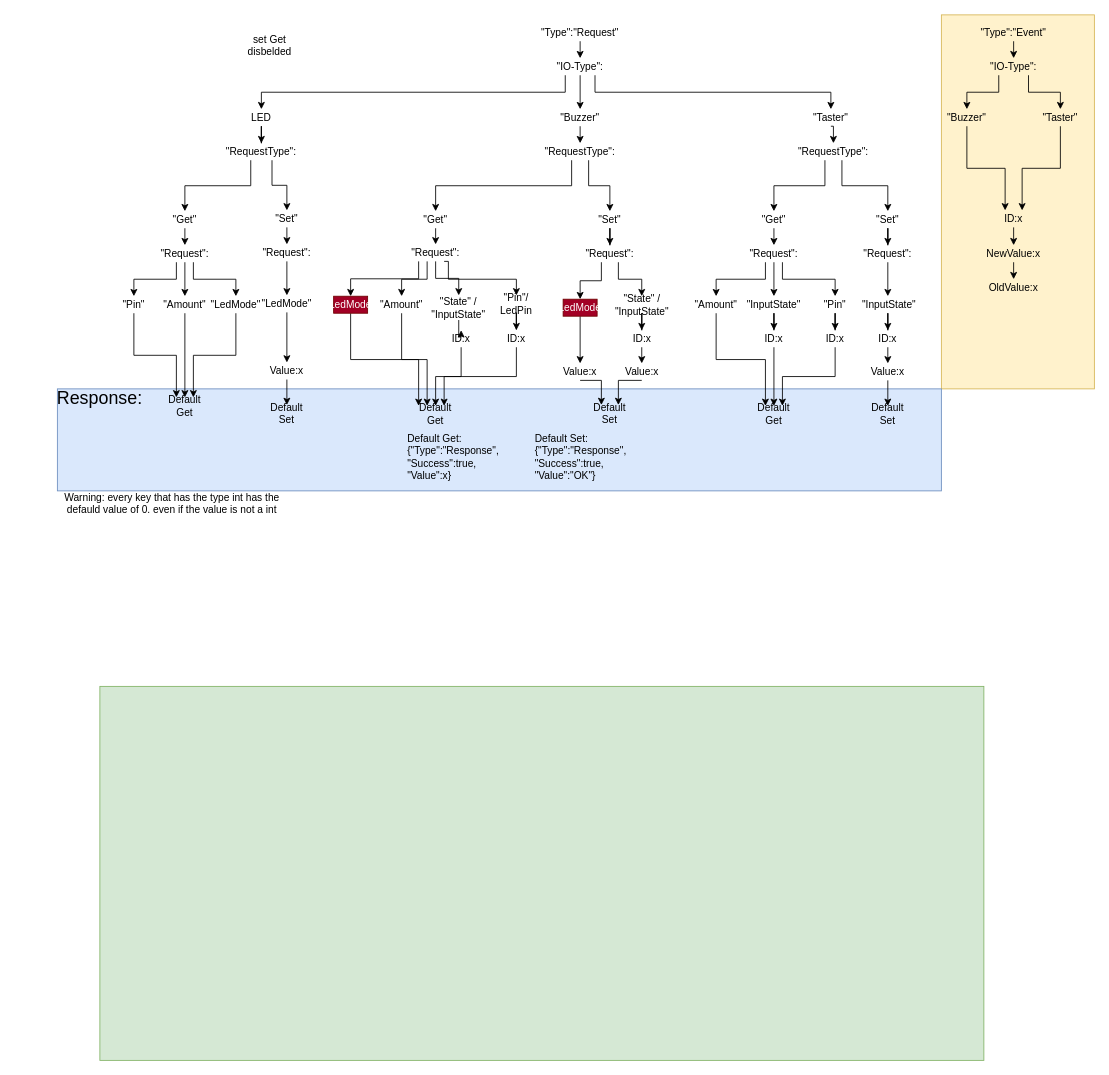
Earlier version of the draw.io diagram src/BuzzerScript/API Doku NEW.drawio (TheEinfachFelix/GameMaster). Source tidied: cells renumbered, new cells numbered last; positions are measured from the earlier drawing's top-left corner, leaving out a move shared by most shapes. Both pictures are drawn from the tidied source at 85%, with x=0, y=0 at pixel (57, 14).
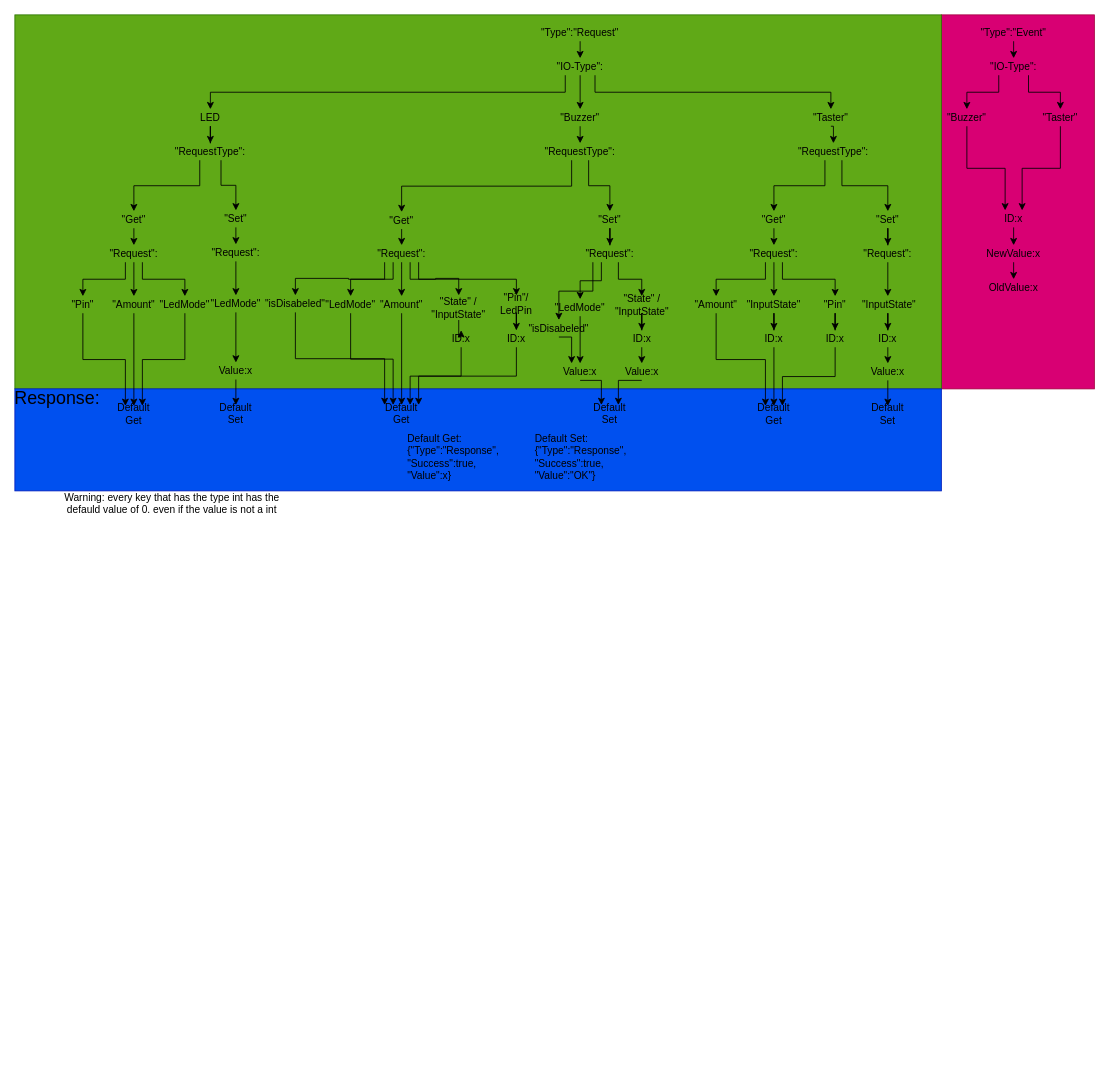
The same page after the edit.

The change refers to these unchanged cells:
```xml
<mxCell id="46" value="&lt;div&gt;&quot;Request&quot;:&lt;/div&gt;" style="text;html=1;strokeColor=none;fillColor=none;align=center;verticalAlign=middle;whiteSpace=wrap;rounded=0;" parent="1" vertex="1">
  <mxGeometry x="630" y="271" width="40" height="20" as="geometry" />
</mxCell>
<mxCell id="60" value="&quot;Amount&quot;" style="text;html=1;align=center;verticalAlign=middle;whiteSpace=wrap;rounded=0;" parent="1" vertex="1">
  <mxGeometry x="385" y="331" width="40" height="20" as="geometry" />
</mxCell>
<mxCell id="62" value="&quot;Pin&quot;/&lt;br&gt;LedPin" style="text;html=1;align=center;verticalAlign=middle;whiteSpace=wrap;rounded=0;" parent="1" vertex="1">
  <mxGeometry x="520" y="330" width="40" height="20" as="geometry" />
</mxCell>
<mxCell id="64" value="ID:x" style="text;html=1;align=center;verticalAlign=middle;whiteSpace=wrap;rounded=0;" parent="1" vertex="1">
  <mxGeometry x="520" y="371" width="40" height="20" as="geometry" />
</mxCell>
<mxCell id="80" value="&quot;State&quot; / &quot;InputState&quot;" style="text;html=1;align=center;verticalAlign=middle;whiteSpace=wrap;rounded=0;" parent="1" vertex="1">
  <mxGeometry x="447.2" y="330" width="50" height="29" as="geometry" />
</mxCell>
<mxCell id="82" value="ID:x" style="text;html=1;strokeColor=none;fillColor=none;align=center;verticalAlign=middle;whiteSpace=wrap;rounded=0;" parent="1" vertex="1">
  <mxGeometry x="455" y="371" width="40" height="20" as="geometry" />
</mxCell>
<mxCell id="130" value="Value:x" style="text;html=1;strokeColor=none;fillColor=none;align=center;verticalAlign=middle;whiteSpace=wrap;rounded=0;" parent="1" vertex="1">
  <mxGeometry x="595" y="410" width="40" height="20" as="geometry" />
</mxCell>
```

The edit, as a diff of the source:
```diff
@@
-    <mxCell id="2" style="rounded=0;whiteSpace=wrap;html=1;fillColor=#fff2cc;strokeColor=#d6b656;" parent="1" vertex="1">
+    <mxCell id="2" style="rounded=0;whiteSpace=wrap;html=1;fillColor=#d80073;strokeColor=#A50040;fontColor=#ffffff;" parent="1" vertex="1">
       <mxGeometry x="1040" width="180" height="440" as="geometry" />
     </mxCell>
-    <mxCell id="3" style="rounded=0;whiteSpace=wrap;html=1;fillColor=#d5e8d4;strokeColor=#82b366;" parent="1" vertex="1">
-      <mxGeometry x="50" y="790" width="1040" height="440" as="geometry" />
+    <mxCell id="3" style="rounded=0;whiteSpace=wrap;html=1;fillColor=#60a917;strokeColor=#2D7600;fontColor=#ffffff;" parent="1" vertex="1">
+      <mxGeometry x="-50" width="1090" height="440" as="geometry" />
     </mxCell>
-    <mxCell id="4" style="rounded=0;whiteSpace=wrap;html=1;align=left;fillColor=#dae8fc;strokeColor=#6c8ebf;" parent="1" vertex="1">
-      <mxGeometry y="440" width="1040" height="120" as="geometry" />
+    <mxCell id="4" style="rounded=0;whiteSpace=wrap;html=1;align=left;fillColor=#0050ef;strokeColor=#001DBC;fontColor=#ffffff;" parent="1" vertex="1">
+      <mxGeometry x="-50" y="440" width="1090" height="120" as="geometry" />
     </mxCell>
@@
     <mxCell id="9" value="LED" style="text;html=1;strokeColor=none;fillColor=none;align=center;verticalAlign=middle;whiteSpace=wrap;rounded=0;" parent="1" vertex="1">
-      <mxGeometry x="220" y="111" width="40" height="20" as="geometry" />
+      <mxGeometry x="160" y="111" width="40" height="20" as="geometry" />
     </mxCell>
@@
     <mxCell id="19" value="&quot;RequestType&quot;:" style="text;html=1;strokeColor=none;fillColor=none;align=center;verticalAlign=middle;whiteSpace=wrap;rounded=0;" parent="1" vertex="1">
-      <mxGeometry x="215" y="151" width="50" height="20" as="geometry" />
+      <mxGeometry x="155" y="151" width="50" height="20" as="geometry" />
     </mxCell>
@@
     <mxCell id="21" value="&quot;Get&quot;" style="text;html=1;strokeColor=none;fillColor=none;align=center;verticalAlign=middle;whiteSpace=wrap;rounded=0;" parent="1" vertex="1">
-      <mxGeometry x="130" y="231" width="40" height="20" as="geometry" />
+      <mxGeometry x="70" y="231" width="40" height="20" as="geometry" />
     </mxCell>
@@
     <mxCell id="23" value="&quot;Set&quot;" style="text;html=1;strokeColor=none;fillColor=none;align=center;verticalAlign=middle;whiteSpace=wrap;rounded=0;" parent="1" vertex="1">
-      <mxGeometry x="250" y="230" width="40" height="20" as="geometry" />
+      <mxGeometry x="190" y="230" width="40" height="20" as="geometry" />
     </mxCell>
@@
     <mxCell id="28" value="&quot;Get&quot;" style="text;html=1;strokeColor=none;fillColor=none;align=center;verticalAlign=middle;whiteSpace=wrap;rounded=0;" parent="1" vertex="1">
-      <mxGeometry x="425" y="231" width="40" height="20" as="geometry" />
+      <mxGeometry x="385" y="232" width="40" height="20" as="geometry" />
     </mxCell>
@@
     <mxCell id="39" value="&lt;div&gt;&quot;Request&quot;:&lt;/div&gt;" style="text;html=1;strokeColor=none;fillColor=none;align=center;verticalAlign=middle;whiteSpace=wrap;rounded=0;" parent="1" vertex="1">
-      <mxGeometry x="130" y="271" width="40" height="20" as="geometry" />
+      <mxGeometry x="70" y="271" width="40" height="20" as="geometry" />
     </mxCell>
@@
     <mxCell id="41" value="&lt;div&gt;&quot;Request&quot;:&lt;/div&gt;" style="text;html=1;strokeColor=none;fillColor=none;align=center;verticalAlign=middle;whiteSpace=wrap;rounded=0;" parent="1" vertex="1">
-      <mxGeometry x="250" y="270" width="40" height="20" as="geometry" />
+      <mxGeometry x="190" y="270" width="40" height="20" as="geometry" />
     </mxCell>
@@
-    <mxCell id="43" style="edgeStyle=orthogonalEdgeStyle;rounded=0;jettySize=auto;html=1;exitX=0;exitY=1;exitDx=0;exitDy=0;entryX=0.5;entryY=0;entryDx=0;entryDy=0;" parent="1" edge="1" source="44" target="126">
+    <mxCell id="43" style="edgeStyle=orthogonalEdgeStyle;rounded=0;jettySize=auto;html=1;exitX=0.25;exitY=1;exitDx=0;exitDy=0;entryX=0.5;entryY=0;entryDx=0;entryDy=0;" parent="1" edge="1" source="44" target="126">
       <mxGeometry relative="1" as="geometry" />
     </mxCell>
+    <mxCell id="131" style="edgeStyle=orthogonalEdgeStyle;rounded=0;jettySize=auto;html=1;exitX=0;exitY=1;exitDx=0;exitDy=0;entryX=0.5;entryY=0;entryDx=0;entryDy=0;" parent="1" edge="1" source="44" target="134">
+      <mxGeometry relative="1" as="geometry" />
+    </mxCell>
     <mxCell id="44" value="&lt;div&gt;&quot;Request&quot;:&lt;/div&gt;" style="text;html=1;strokeColor=none;fillColor=none;align=center;verticalAlign=middle;whiteSpace=wrap;rounded=0;" parent="1" vertex="1">
-      <mxGeometry x="425" y="270" width="40" height="20" as="geometry" />
+      <mxGeometry x="385" y="271" width="40" height="20" as="geometry" />
     </mxCell>
@@
+    <mxCell id="132" style="edgeStyle=orthogonalEdgeStyle;rounded=0;jettySize=auto;html=1;exitX=0;exitY=1;exitDx=0;exitDy=0;entryX=0.5;entryY=0;entryDx=0;entryDy=0;" parent="1" edge="1" source="46" target="136">
+      <mxGeometry relative="1" as="geometry" />
+    </mxCell>
@@
-    <mxCell id="57" style="edgeStyle=orthogonalEdgeStyle;rounded=0;jettySize=auto;html=1;exitX=0.25;exitY=1;exitDx=0;exitDy=0;entryX=0.5;entryY=0;entryDx=0;entryDy=0;" parent="1" edge="1" source="44" target="60">
+    <mxCell id="57" style="edgeStyle=orthogonalEdgeStyle;rounded=0;jettySize=auto;html=1;exitX=0.5;exitY=1;exitDx=0;exitDy=0;entryX=0.5;entryY=0;entryDx=0;entryDy=0;" parent="1" edge="1" source="44" target="60">
       <mxGeometry relative="1" as="geometry">
         <Array as="points">
-          <mxPoint x="435" y="311" />
-          <mxPoint x="405" y="311" />
+          <mxPoint x="405" y="300" />
+          <mxPoint x="405" y="300" />
         </Array>
       </mxGeometry>
     </mxCell>
-    <mxCell id="58" style="edgeStyle=orthogonalEdgeStyle;rounded=0;jettySize=auto;html=1;entryX=0.5;entryY=0;entryDx=0;entryDy=0;exitX=0.75;exitY=1;exitDx=0;exitDy=0;" parent="1" edge="1" source="44" target="62">
+    <mxCell id="58" style="edgeStyle=orthogonalEdgeStyle;rounded=0;jettySize=auto;html=1;entryX=0.5;entryY=0;entryDx=0;entryDy=0;exitX=1;exitY=1;exitDx=0;exitDy=0;" parent="1" edge="1" source="44" target="62">
       <mxGeometry relative="1" as="geometry">
         <Array as="points">
-          <mxPoint x="460" y="290" />
-          <mxPoint x="460" y="311" />
+          <mxPoint x="425" y="311" />
           <mxPoint x="540" y="311" />
         </Array>
       </mxGeometry>
     </mxCell>
-    <mxCell id="59" style="edgeStyle=orthogonalEdgeStyle;rounded=0;jettySize=auto;html=1;exitX=0.5;exitY=1;exitDx=0;exitDy=0;entryX=0.25;entryY=0;entryDx=0;entryDy=0;" parent="1" edge="1" source="60" target="89">
+    <mxCell id="59" style="edgeStyle=orthogonalEdgeStyle;rounded=0;jettySize=auto;html=1;exitX=0.5;exitY=1;exitDx=0;exitDy=0;entryX=0.5;entryY=0;entryDx=0;entryDy=0;" parent="1" edge="1" source="60" target="89">
       <mxGeometry relative="1" as="geometry" />
     </mxCell>
@@
-    <mxCell id="63" style="edgeStyle=orthogonalEdgeStyle;rounded=0;jettySize=auto;html=1;exitX=0.5;exitY=1;exitDx=0;exitDy=0;entryX=0.75;entryY=0;entryDx=0;entryDy=0;" parent="1" edge="1" source="64" target="89">
+    <mxCell id="63" style="edgeStyle=orthogonalEdgeStyle;rounded=0;jettySize=auto;html=1;exitX=0.5;exitY=1;exitDx=0;exitDy=0;entryX=1;entryY=0;entryDx=0;entryDy=0;" parent="1" edge="1" source="64" target="89">
       <mxGeometry relative="1" as="geometry" />
     </mxCell>
@@
     <mxCell id="70" value="&quot;Pin&quot;" style="text;html=1;align=center;verticalAlign=middle;whiteSpace=wrap;rounded=0;" parent="1" vertex="1">
-      <mxGeometry x="70" y="331" width="40" height="20" as="geometry" />
+      <mxGeometry x="10" y="331" width="40" height="20" as="geometry" />
     </mxCell>
@@
     <mxCell id="73" value="Value:x" style="text;html=1;strokeColor=none;fillColor=none;align=center;verticalAlign=middle;whiteSpace=wrap;rounded=0;" parent="1" vertex="1">
-      <mxGeometry x="250" y="409" width="40" height="20" as="geometry" />
+      <mxGeometry x="190" y="409" width="40" height="20" as="geometry" />
     </mxCell>
     <mxCell id="74" value="Response:" style="text;html=1;strokeColor=none;fillColor=none;align=center;verticalAlign=middle;whiteSpace=wrap;rounded=0;fontSize=21;" parent="1" vertex="1">
-      <mxGeometry y="440" width="100" height="20" as="geometry" />
+      <mxGeometry x="-50" y="440" width="100" height="20" as="geometry" />
     </mxCell>
@@
     <mxCell id="76" value="Default Set" style="text;html=1;strokeColor=none;fillColor=none;align=center;verticalAlign=middle;whiteSpace=wrap;rounded=0;" parent="1" vertex="1">
-      <mxGeometry x="250" y="459" width="40" height="20" as="geometry" />
+      <mxGeometry x="190" y="459" width="40" height="20" as="geometry" />
     </mxCell>
@@
-    <mxCell id="78" style="edgeStyle=orthogonalEdgeStyle;rounded=0;jettySize=auto;html=1;exitX=0.5;exitY=1;exitDx=0;exitDy=0;entryX=0.5;entryY=0;entryDx=0;entryDy=0;" parent="1" edge="1" source="44" target="80">
+    <mxCell id="78" style="edgeStyle=orthogonalEdgeStyle;rounded=0;jettySize=auto;html=1;exitX=0.75;exitY=1;exitDx=0;exitDy=0;entryX=0.5;entryY=0;entryDx=0;entryDy=0;" parent="1" edge="1" source="44" target="80">
       <mxGeometry relative="1" as="geometry" />
     </mxCell>
@@
-    <mxCell id="81" style="edgeStyle=orthogonalEdgeStyle;rounded=0;jettySize=auto;html=1;exitX=0.5;exitY=1;exitDx=0;exitDy=0;entryX=0.5;entryY=0;entryDx=0;entryDy=0;" parent="1" edge="1" source="82" target="89">
+    <mxCell id="81" style="edgeStyle=orthogonalEdgeStyle;rounded=0;jettySize=auto;html=1;exitX=0.5;exitY=1;exitDx=0;exitDy=0;entryX=0.75;entryY=0;entryDx=0;entryDy=0;" parent="1" edge="1" source="82" target="89">
       <mxGeometry relative="1" as="geometry" />
     </mxCell>
@@
     <mxCell id="88" value="Default Get" style="text;html=1;strokeColor=none;fillColor=none;align=center;verticalAlign=middle;whiteSpace=wrap;rounded=0;" parent="1" vertex="1">
-      <mxGeometry x="130" y="450" width="40" height="20" as="geometry" />
+      <mxGeometry x="70" y="460" width="40" height="20" as="geometry" />
     </mxCell>
     <mxCell id="89" value="Default Get" style="text;html=1;strokeColor=none;fillColor=none;align=center;verticalAlign=middle;whiteSpace=wrap;rounded=0;" parent="1" vertex="1">
-      <mxGeometry x="425" y="460" width="40" height="20" as="geometry" />
+      <mxGeometry x="385" y="459" width="40" height="20" as="geometry" />
     </mxCell>
@@
-    <mxCell id="120" value="set Get disbelded" style="text;html=1;align=center;verticalAlign=middle;whiteSpace=wrap;rounded=0;" parent="1" vertex="1">
-      <mxGeometry x="220" y="21" width="60" height="30" as="geometry" />
-    </mxCell>
@@
     <mxCell id="122" value="&quot;Amount&quot;" style="text;html=1;align=center;verticalAlign=middle;whiteSpace=wrap;rounded=0;" parent="1" vertex="1">
-      <mxGeometry x="130" y="331" width="40" height="20" as="geometry" />
+      <mxGeometry x="70" y="331" width="40" height="20" as="geometry" />
     </mxCell>
     <mxCell id="123" value="&quot;LedMode&quot;" style="text;html=1;align=center;verticalAlign=middle;whiteSpace=wrap;rounded=0;" parent="1" vertex="1">
-      <mxGeometry x="190" y="331" width="40" height="20" as="geometry" />
+      <mxGeometry x="130" y="331" width="40" height="20" as="geometry" />
     </mxCell>
     <mxCell id="124" value="&quot;LedMode&quot;" style="text;html=1;align=center;verticalAlign=middle;whiteSpace=wrap;rounded=0;" parent="1" vertex="1">
-      <mxGeometry x="250" y="330" width="40" height="20" as="geometry" />
+      <mxGeometry x="190" y="330" width="40" height="20" as="geometry" />
     </mxCell>
-    <mxCell id="125" style="edgeStyle=orthogonalEdgeStyle;rounded=0;jettySize=auto;html=1;exitX=0.5;exitY=1;exitDx=0;exitDy=0;entryX=0;entryY=0;entryDx=0;entryDy=0;" parent="1" edge="1" source="126" target="89">
+    <mxCell id="125" style="edgeStyle=orthogonalEdgeStyle;rounded=0;jettySize=auto;html=1;exitX=0.5;exitY=1;exitDx=0;exitDy=0;entryX=0.25;entryY=0;entryDx=0;entryDy=0;" parent="1" edge="1" source="126" target="89">
       <mxGeometry relative="1" as="geometry" />
     </mxCell>
-    <mxCell id="126" value="&quot;LedMode&quot;" style="text;html=1;strokeColor=#6F0000;fillColor=#a20025;align=center;verticalAlign=middle;whiteSpace=wrap;rounded=0;fontColor=#ffffff;" parent="1" vertex="1">
+    <mxCell id="126" value="&quot;LedMode&quot;" style="text;html=1;align=center;verticalAlign=middle;whiteSpace=wrap;rounded=0;" parent="1" vertex="1">
       <mxGeometry x="325" y="331" width="40" height="20" as="geometry" />
     </mxCell>
@@
-    <mxCell id="128" value="&quot;LedMode&quot;" style="text;html=1;strokeColor=#6F0000;fillColor=#a20025;align=center;verticalAlign=middle;whiteSpace=wrap;rounded=0;fontColor=#ffffff;" parent="1" vertex="1">
+    <mxCell id="128" value="&quot;LedMode&quot;" style="text;html=1;align=center;verticalAlign=middle;whiteSpace=wrap;rounded=0;" parent="1" vertex="1">
       <mxGeometry x="595" y="334.5" width="40" height="20" as="geometry" />
     </mxCell>
@@
+    <mxCell id="133" style="edgeStyle=orthogonalEdgeStyle;rounded=0;jettySize=auto;html=1;exitX=0.5;exitY=1;exitDx=0;exitDy=0;entryX=0;entryY=0;entryDx=0;entryDy=0;" parent="1" edge="1" source="134" target="89">
+      <mxGeometry relative="1" as="geometry" />
+    </mxCell>
+    <mxCell id="134" value="&quot;isDisabeled&quot;" style="text;html=1;align=center;verticalAlign=middle;whiteSpace=wrap;rounded=0;" parent="1" vertex="1">
+      <mxGeometry x="260" y="330" width="40" height="20" as="geometry" />
+    </mxCell>
+    <mxCell id="135" style="edgeStyle=orthogonalEdgeStyle;rounded=0;jettySize=auto;html=1;exitX=0.5;exitY=1;exitDx=0;exitDy=0;entryX=0.25;entryY=0;entryDx=0;entryDy=0;" parent="1" edge="1" source="136" target="130">
+      <mxGeometry relative="1" as="geometry" />
+    </mxCell>
+    <mxCell id="136" value="&quot;isDisabeled&quot;" style="text;html=1;align=center;verticalAlign=middle;whiteSpace=wrap;rounded=0;" parent="1" vertex="1">
+      <mxGeometry x="570" y="359" width="40" height="20" as="geometry" />
+    </mxCell>
```
